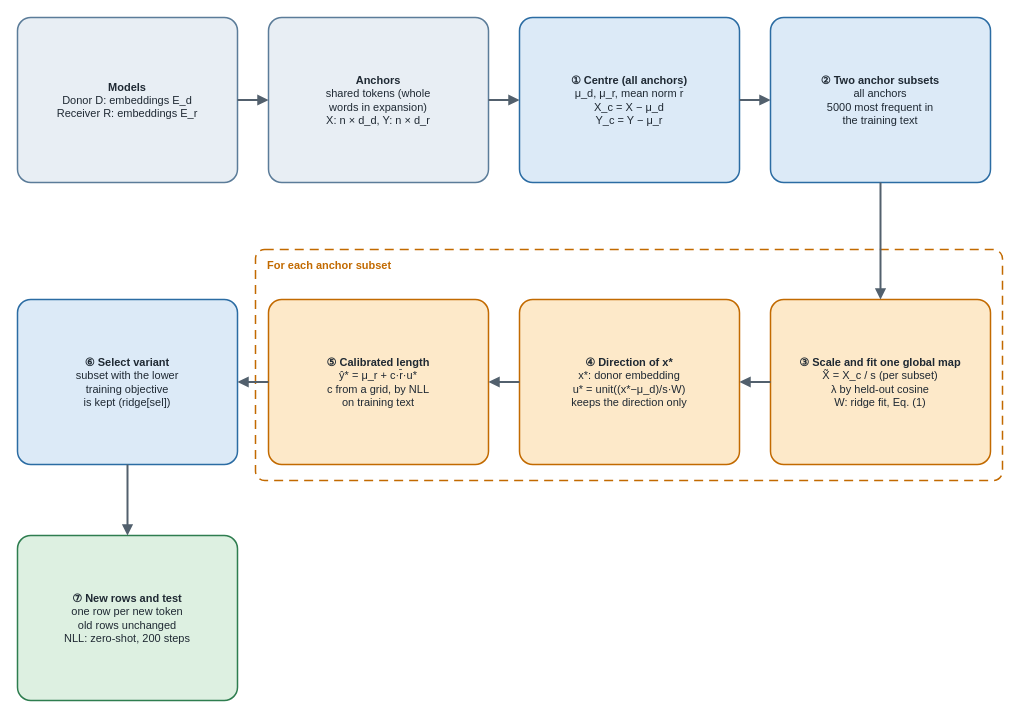
The draw.io diagram figures/fig_method_overview.drawio in shib1989/calibrated-ridge-transplant, before the edit. Source tidied: cells renumbered, new cells numbered last; positions are measured from the earlier drawing's top-left corner, leaving out a move shared by most shapes. Both pictures are drawn from the tidied source at 100%, with x=0, y=0 at pixel (17, 17).
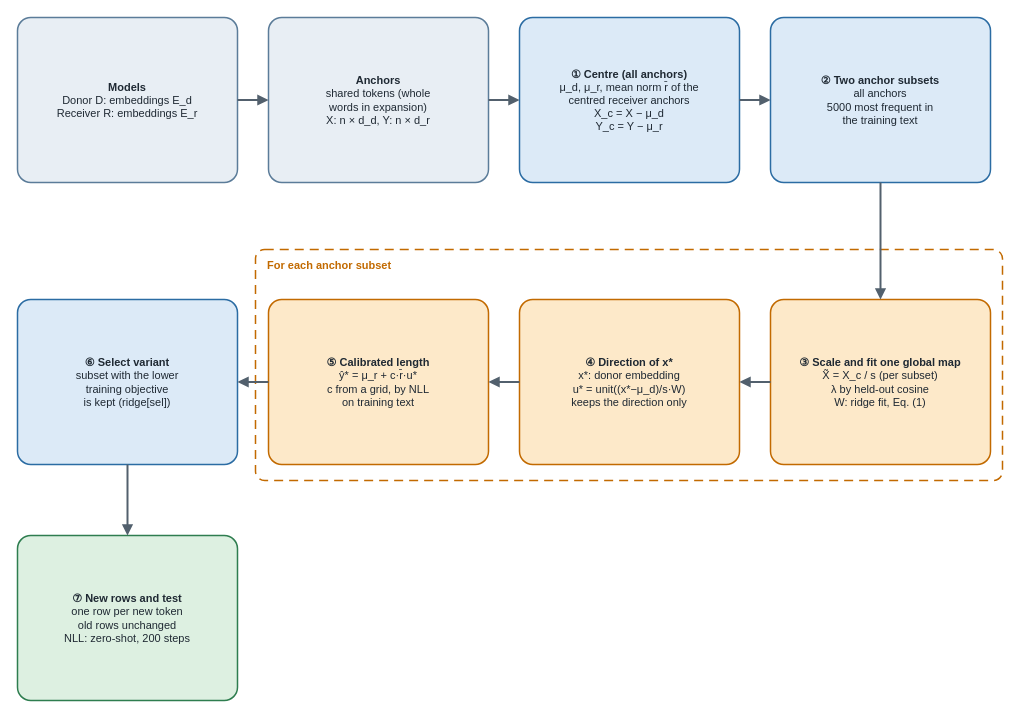
The same page after the edit.

The edit, as a diff of the source:
```diff
@@
 <mxGraphModel>
   <root>
     <mxCell id="0" />
     <mxCell id="1" parent="0" />
     <mxCell id="2" value="For each anchor subset" style="rounded=1;arcSize=4;dashed=1;dashPattern=6 4;fillColor=none;strokeColor=#C26A00;strokeWidth=1.5;html=1;align=left;verticalAlign=top;spacingLeft=10;spacingTop=3;fontSize=11;fontStyle=1;fontColor=#C26A00;" parent="1" vertex="1">
       <mxGeometry x="238" y="232" width="747" height="231" as="geometry" />
     </mxCell>
     <mxCell id="3" value="&lt;b&gt;Models&lt;/b&gt;&lt;br&gt;Donor D: embeddings E_d&lt;br&gt;Receiver R: embeddings E_r" style="rounded=1;arcSize=8;whiteSpace=wrap;html=1;fillColor=#E8EEF4;strokeColor=#5B7C99;strokeWidth=1.5;fontSize=11;fontColor=#1f2933;align=center;verticalAlign=middle;spacing=3;" parent="1" vertex="1">
       <mxGeometry width="220" height="165" as="geometry" />
     </mxCell>
     <mxCell id="4" value="&lt;b&gt;Anchors&lt;/b&gt;&lt;br&gt;shared tokens (whole&lt;br&gt;words in expansion)&lt;br&gt;X: n × d_d,  Y: n × d_r" style="rounded=1;arcSize=8;whiteSpace=wrap;html=1;fillColor=#E8EEF4;strokeColor=#5B7C99;strokeWidth=1.5;fontSize=11;fontColor=#1f2933;align=center;verticalAlign=middle;spacing=3;" parent="1" vertex="1">
       <mxGeometry x="251" width="220" height="165" as="geometry" />
     </mxCell>
-    <mxCell id="5" value="&lt;b&gt;① Centre (all anchors)&lt;/b&gt;&lt;br&gt;μ_d, μ_r, mean norm r̄&lt;br&gt;X_c = X − μ_d&lt;br&gt;Y_c = Y − μ_r" style="rounded=1;arcSize=8;whiteSpace=wrap;html=1;fillColor=#DCEAF7;strokeColor=#2B6CA3;strokeWidth=1.5;fontSize=11;fontColor=#1f2933;align=center;verticalAlign=middle;spacing=3;" parent="1" vertex="1">
+    <mxCell id="5" value="&lt;b&gt;① Centre (all anchors)&lt;/b&gt;&lt;br&gt;μ_d, μ_r, mean norm r̄ of the&lt;br&gt;centred receiver anchors&lt;br&gt;X_c = X − μ_d&lt;br&gt;Y_c = Y − μ_r" style="rounded=1;arcSize=8;whiteSpace=wrap;html=1;fillColor=#DCEAF7;strokeColor=#2B6CA3;strokeWidth=1.5;fontSize=11;fontColor=#1f2933;align=center;verticalAlign=middle;spacing=3;" parent="1" vertex="1">
       <mxGeometry x="502" width="220" height="165" as="geometry" />
     </mxCell>
     <mxCell id="6" value="&lt;b&gt;② Two anchor subsets&lt;/b&gt;&lt;br&gt;all anchors&lt;br&gt;5000 most frequent in&lt;br&gt;the training text" style="rounded=1;arcSize=8;whiteSpace=wrap;html=1;fillColor=#DCEAF7;strokeColor=#2B6CA3;strokeWidth=1.5;fontSize=11;fontColor=#1f2933;align=center;verticalAlign=middle;spacing=3;" parent="1" vertex="1">
       <mxGeometry x="753" width="220" height="165" as="geometry" />
     </mxCell>
     <mxCell id="7" value="&lt;b&gt;③ Scale and fit one global map&lt;/b&gt;&lt;br&gt;X̃ = X_c / s (per subset)&lt;br&gt;λ by held-out cosine&lt;br&gt;W: ridge fit, Eq. (1)" style="rounded=1;arcSize=8;whiteSpace=wrap;html=1;fillColor=#FDE9C9;strokeColor=#C26A00;strokeWidth=1.5;fontSize=11;fontColor=#1f2933;align=center;verticalAlign=middle;spacing=3;" parent="1" vertex="1">
       <mxGeometry x="753" y="282" width="220" height="165" as="geometry" />
     </mxCell>
     <mxCell id="8" value="&lt;b&gt;④ Direction of x*&lt;/b&gt;&lt;br&gt;x*: donor embedding&lt;br&gt;u* = unit((x*−μ_d)/s·W)&lt;br&gt;keeps the direction only" style="rounded=1;arcSize=8;whiteSpace=wrap;html=1;fillColor=#FDE9C9;strokeColor=#C26A00;strokeWidth=1.5;fontSize=11;fontColor=#1f2933;align=center;verticalAlign=middle;spacing=3;" parent="1" vertex="1">
       <mxGeometry x="502" y="282" width="220" height="165" as="geometry" />
     </mxCell>
     <mxCell id="9" value="&lt;b&gt;⑤ Calibrated length&lt;/b&gt;&lt;br&gt;ŷ* = μ_r + c·r̄·u*&lt;br&gt;c from a grid, by NLL&lt;br&gt;on training text" style="rounded=1;arcSize=8;whiteSpace=wrap;html=1;fillColor=#FDE9C9;strokeColor=#C26A00;strokeWidth=1.5;fontSize=11;fontColor=#1f2933;align=center;verticalAlign=middle;spacing=3;" parent="1" vertex="1">
       <mxGeometry x="251" y="282" width="220" height="165" as="geometry" />
     </mxCell>
     <mxCell id="10" value="&lt;b&gt;⑥ Select variant&lt;/b&gt;&lt;br&gt;subset with the lower&lt;br&gt;training objective&lt;br&gt;is kept (ridge[sel])" style="rounded=1;arcSize=8;whiteSpace=wrap;html=1;fillColor=#DCEAF7;strokeColor=#2B6CA3;strokeWidth=1.5;fontSize=11;fontColor=#1f2933;align=center;verticalAlign=middle;spacing=3;" parent="1" vertex="1">
       <mxGeometry y="282" width="220" height="165" as="geometry" />
     </mxCell>
     <mxCell id="11" value="&lt;b&gt;⑦ New rows and test&lt;/b&gt;&lt;br&gt;one row per new token&lt;br&gt;old rows unchanged&lt;br&gt;NLL: zero-shot, 200 steps" style="rounded=1;arcSize=8;whiteSpace=wrap;html=1;fillColor=#DDF0E1;strokeColor=#2E7D4F;strokeWidth=1.5;fontSize=11;fontColor=#1f2933;align=center;verticalAlign=middle;spacing=3;" parent="1" vertex="1">
       <mxGeometry y="518" width="220" height="165" as="geometry" />
     </mxCell>
     <mxCell id="12" style="edgeStyle=orthogonalEdgeStyle;rounded=1;html=1;endArrow=block;endFill=1;strokeWidth=2;strokeColor=#52606D;" parent="1" edge="1" source="3" target="4">
       <mxGeometry relative="1" as="geometry" />
     </mxCell>
     <mxCell id="13" style="edgeStyle=orthogonalEdgeStyle;rounded=1;html=1;endArrow=block;endFill=1;strokeWidth=2;strokeColor=#52606D;" parent="1" edge="1" source="4" target="5">
       <mxGeometry relative="1" as="geometry" />
     </mxCell>
     <mxCell id="14" style="edgeStyle=orthogonalEdgeStyle;rounded=1;html=1;endArrow=block;endFill=1;strokeWidth=2;strokeColor=#52606D;" parent="1" edge="1" source="5" target="6">
       <mxGeometry relative="1" as="geometry" />
     </mxCell>
     <mxCell id="15" style="edgeStyle=orthogonalEdgeStyle;rounded=1;html=1;endArrow=block;endFill=1;strokeWidth=2;strokeColor=#52606D;" parent="1" edge="1" source="6" target="7">
       <mxGeometry relative="1" as="geometry" />
     </mxCell>
     <mxCell id="16" style="edgeStyle=orthogonalEdgeStyle;rounded=1;html=1;endArrow=block;endFill=1;strokeWidth=2;strokeColor=#52606D;" parent="1" edge="1" source="7" target="8">
       <mxGeometry relative="1" as="geometry" />
     </mxCell>
     <mxCell id="17" style="edgeStyle=orthogonalEdgeStyle;rounded=1;html=1;endArrow=block;endFill=1;strokeWidth=2;strokeColor=#52606D;" parent="1" edge="1" source="8" target="9">
       <mxGeometry relative="1" as="geometry" />
     </mxCell>
     <mxCell id="18" style="edgeStyle=orthogonalEdgeStyle;rounded=1;html=1;endArrow=block;endFill=1;strokeWidth=2;strokeColor=#52606D;" parent="1" edge="1" source="9" target="10">
       <mxGeometry relative="1" as="geometry" />
     </mxCell>
     <mxCell id="19" style="edgeStyle=orthogonalEdgeStyle;rounded=1;html=1;endArrow=block;endFill=1;strokeWidth=2;strokeColor=#52606D;" parent="1" edge="1" source="10" target="11">
       <mxGeometry relative="1" as="geometry" />
     </mxCell>
   </root>
 </mxGraphModel>
```
